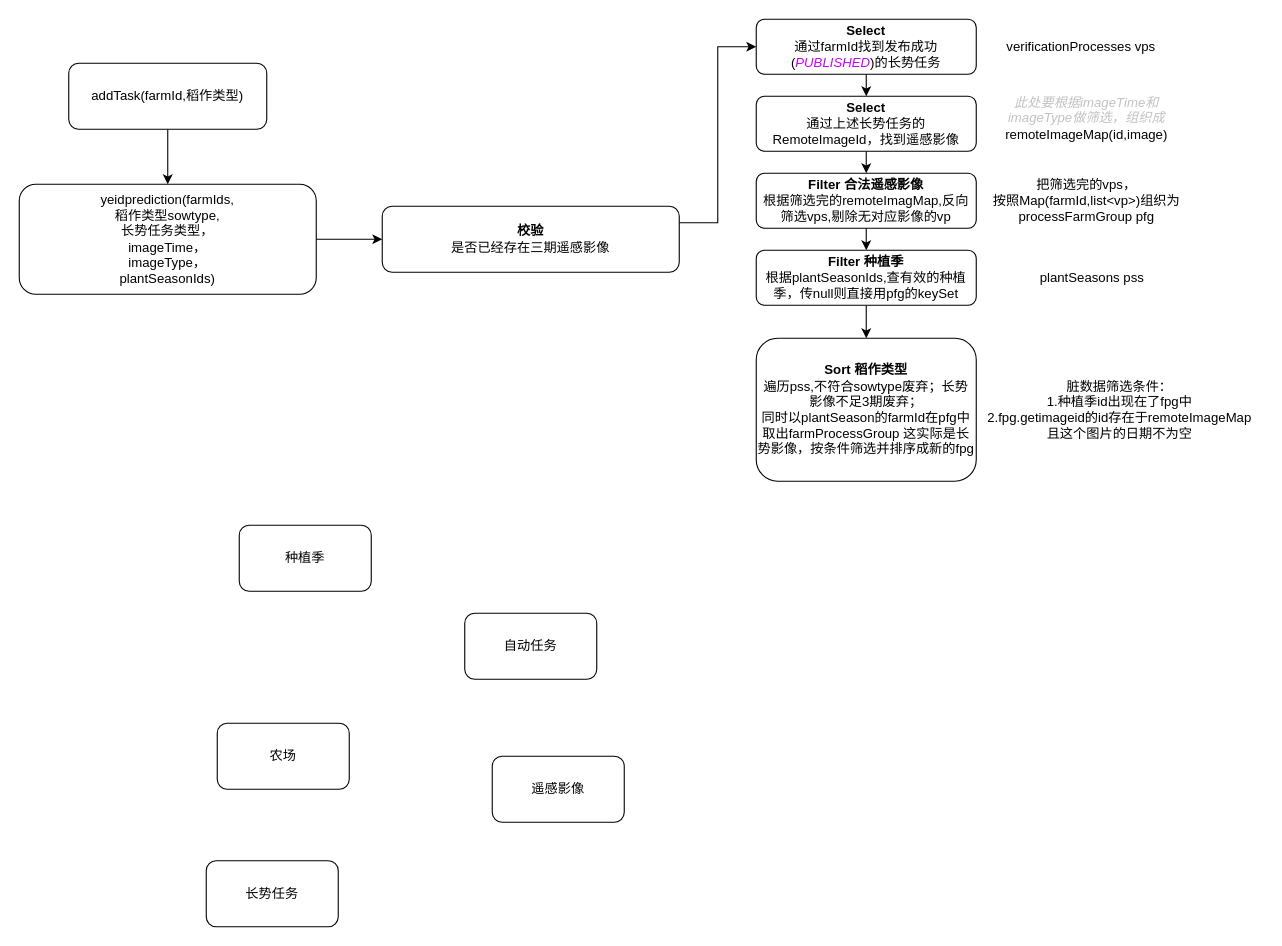
This is 产量预估.drawio from RK-JD/DrawIO, a draw.io file, before an edit. Source tidied: cells renumbered, new cells numbered last; positions are measured from the earlier drawing's top-left corner, leaving out a move shared by most shapes. Both pictures are drawn from the tidied source at 110%, with x=0, y=0 at pixel (19, 19).
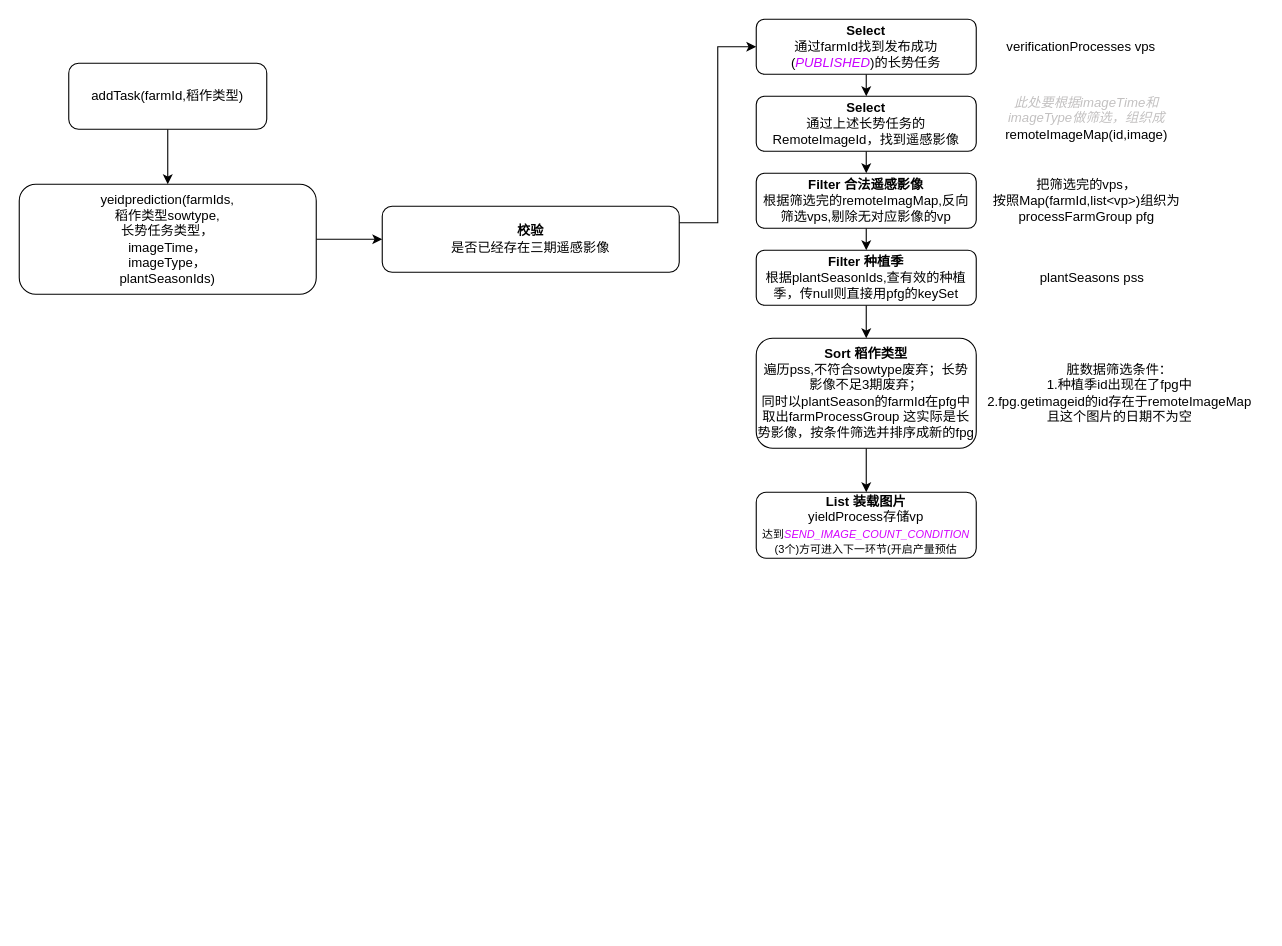
The same diagram, later.

Commit message:
更新产量预估.drawio

What changed in the source:
```diff
@@
+    <mxCell id="27" style="edgeStyle=orthogonalEdgeStyle;rounded=0;jettySize=auto;html=1;exitX=0.5;exitY=1;exitDx=0;exitDy=0;entryX=0.5;entryY=0;entryDx=0;entryDy=0;" parent="1" edge="1" source="19" target="28">
+      <mxGeometry relative="1" as="geometry" />
+    </mxCell>
     <mxCell id="19" value="&lt;b&gt;Sort 稻作类型&lt;/b&gt;&lt;br&gt;遍历pss,不符合sowtype废弃；长势影像不足3期废弃；&lt;div&gt;同时以plantSeason的farmId在pfg中取出farmProcessGroup 这实际是长势影像，按条件筛选并排序成新的fpg&lt;/div&gt;" style="rounded=1;whiteSpace=wrap;html=1;" parent="1" vertex="1">
-      <mxGeometry x="670" y="290" width="200" height="130" as="geometry" />
+      <mxGeometry x="670" y="290" width="200" height="100" as="geometry" />
     </mxCell>
@@
     <mxCell id="21" value="脏数据筛选条件：&lt;div&gt;1.种植季id出现在了fpg中&lt;/div&gt;&lt;div&gt;2.fpg.getimageid的id存在于remoteImageMap&lt;br&gt;且这个图片的日期不为空&lt;/div&gt;" style="text;html=1;align=center;verticalAlign=middle;strokeColor=none;fillColor=none;" parent="1" vertex="1">
-      <mxGeometry x="870" y="320" width="260" height="70" as="geometry" />
+      <mxGeometry x="870" y="305" width="260" height="70" as="geometry" />
     </mxCell>
-    <mxCell id="22" value="种植季" style="rounded=1;whiteSpace=wrap;html=1;" parent="1" vertex="1">
-      <mxGeometry x="200" y="460" width="120" height="60" as="geometry" />
-    </mxCell>
-    <mxCell id="23" value="农场" style="rounded=1;whiteSpace=wrap;html=1;" parent="1" vertex="1">
-      <mxGeometry x="180" y="640" width="120" height="60" as="geometry" />
-    </mxCell>
-    <mxCell id="24" value="长势任务" style="rounded=1;whiteSpace=wrap;html=1;" parent="1" vertex="1">
-      <mxGeometry x="170" y="765" width="120" height="60" as="geometry" />
-    </mxCell>
-    <mxCell id="25" value="遥感影像" style="rounded=1;whiteSpace=wrap;html=1;" parent="1" vertex="1">
-      <mxGeometry x="430" y="670" width="120" height="60" as="geometry" />
-    </mxCell>
-    <mxCell id="26" value="自动任务" style="rounded=1;whiteSpace=wrap;html=1;" parent="1" vertex="1">
-      <mxGeometry x="405" y="540" width="120" height="60" as="geometry" />
-    </mxCell>
+    <mxCell id="28" value="&lt;b&gt;List 装载图片&lt;/b&gt;&lt;br&gt;&lt;div&gt;yieldProcess存储vp&lt;br&gt;&lt;font size=&quot;1&quot;&gt;&lt;span style=&quot;font-size: 10px;&quot;&gt;达到&lt;/span&gt;&lt;i style=&quot;color: rgb(212, 0, 255); font-size: 10px;&quot;&gt;SEND_IMAGE_COUNT_CONDITION&lt;/i&gt;&lt;/font&gt;&lt;/div&gt;&lt;div&gt;&lt;font size=&quot;1&quot;&gt;&lt;span style=&quot;font-size: 10px;&quot;&gt;(3个)方可进入下一环节(开启产量预估&lt;/span&gt;&lt;/font&gt;&lt;/div&gt;" style="rounded=1;whiteSpace=wrap;html=1;" parent="1" vertex="1">
+      <mxGeometry x="670" y="430" width="200" height="60" as="geometry" />
+    </mxCell>
```
